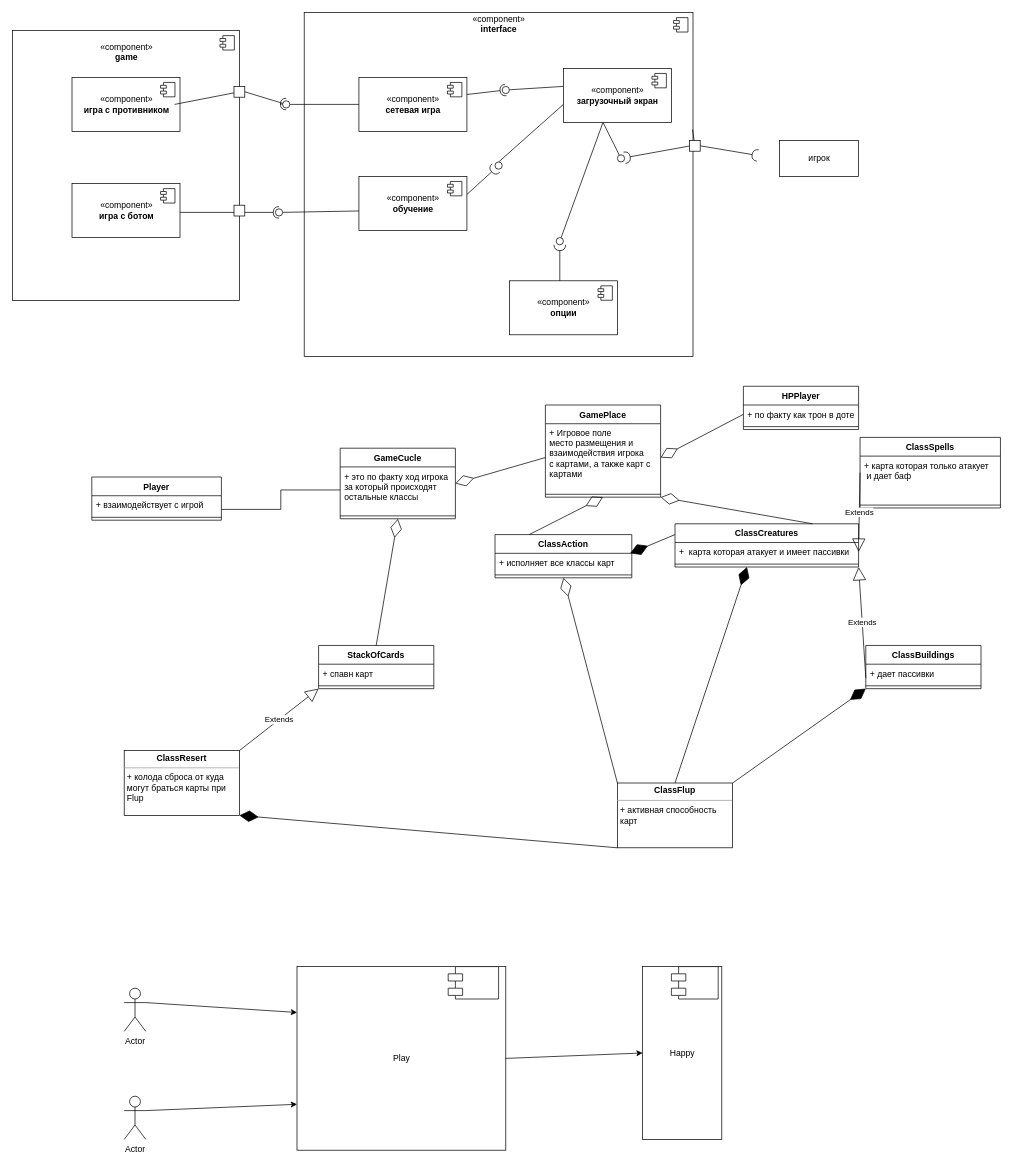
This is CardWarsUML.drawio from VLADOOOOFALEEES/Project1, a draw.io file, before an edit. Source tidied: cells renumbered, new cells numbered last; positions are measured from the earlier drawing's top-left corner, leaving out a move shared by most shapes. Both pictures are drawn from the tidied source at 72%, with x=0, y=0 at pixel (12, 12).
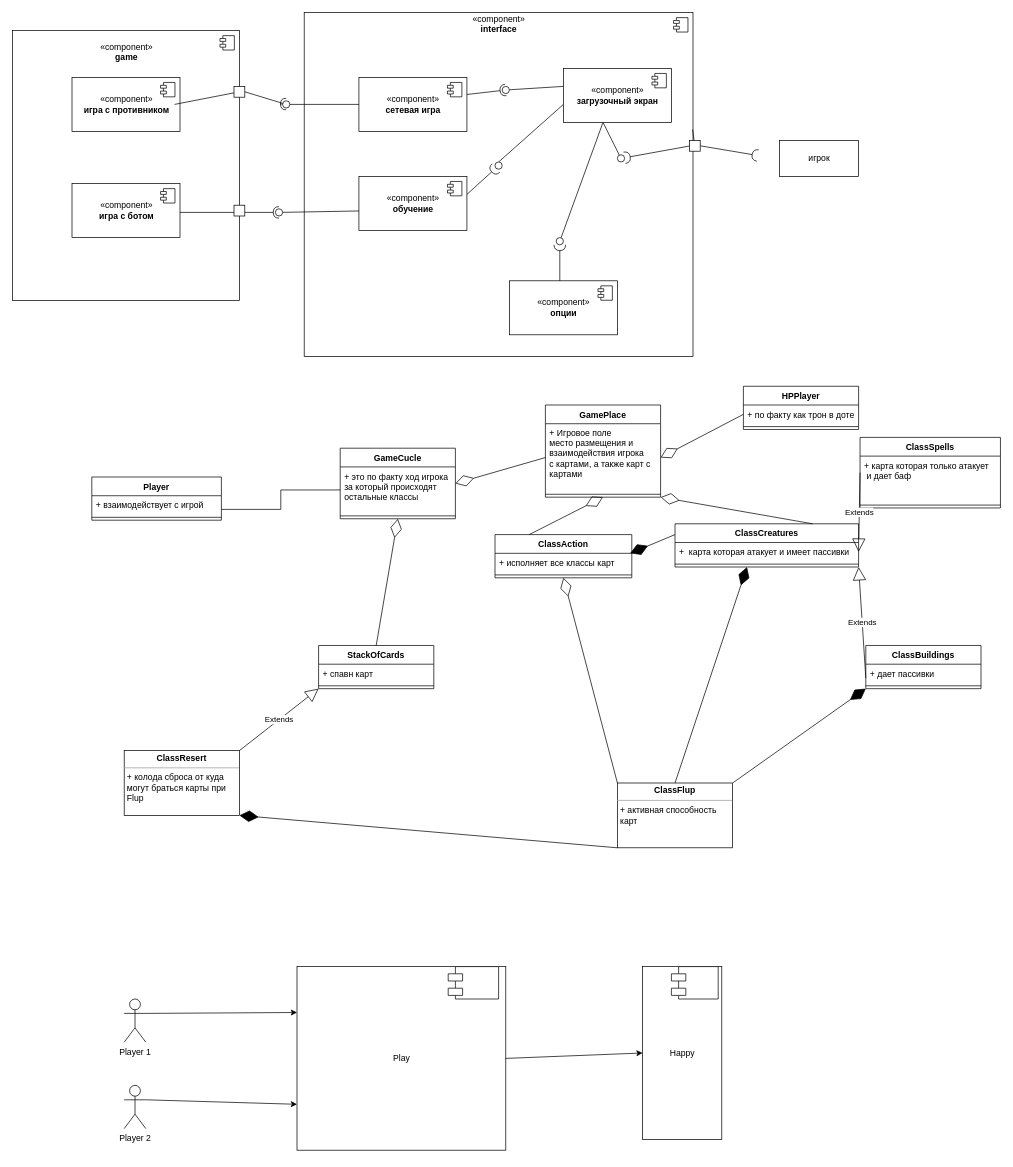
The same page after the edit.

Diff of the diagram source:
```diff
@@
-    <mxCell id="86" value="Actor" style="shape=umlActor;verticalLabelPosition=bottom;verticalAlign=top;html=1;" parent="1" vertex="1">
-      <mxGeometry x="155" y="1355" width="30" height="60" as="geometry" />
+    <mxCell id="86" value="Player 1" style="shape=umlActor;verticalLabelPosition=bottom;verticalAlign=top;html=1;" parent="1" vertex="1">
+      <mxGeometry x="155" y="1370" width="30" height="60" as="geometry" />
     </mxCell>
-    <mxCell id="87" value="Actor" style="shape=umlActor;verticalLabelPosition=bottom;verticalAlign=top;html=1;" parent="1" vertex="1">
-      <mxGeometry x="155" y="1505" width="30" height="60" as="geometry" />
+    <mxCell id="87" value="Player&amp;nbsp;&lt;span style=&quot;background-color: transparent;&quot;&gt;2&lt;/span&gt;" style="shape=umlActor;verticalLabelPosition=bottom;verticalAlign=top;html=1;" parent="1" vertex="1">
+      <mxGeometry x="155" y="1490" width="30" height="60" as="geometry" />
     </mxCell>
```
